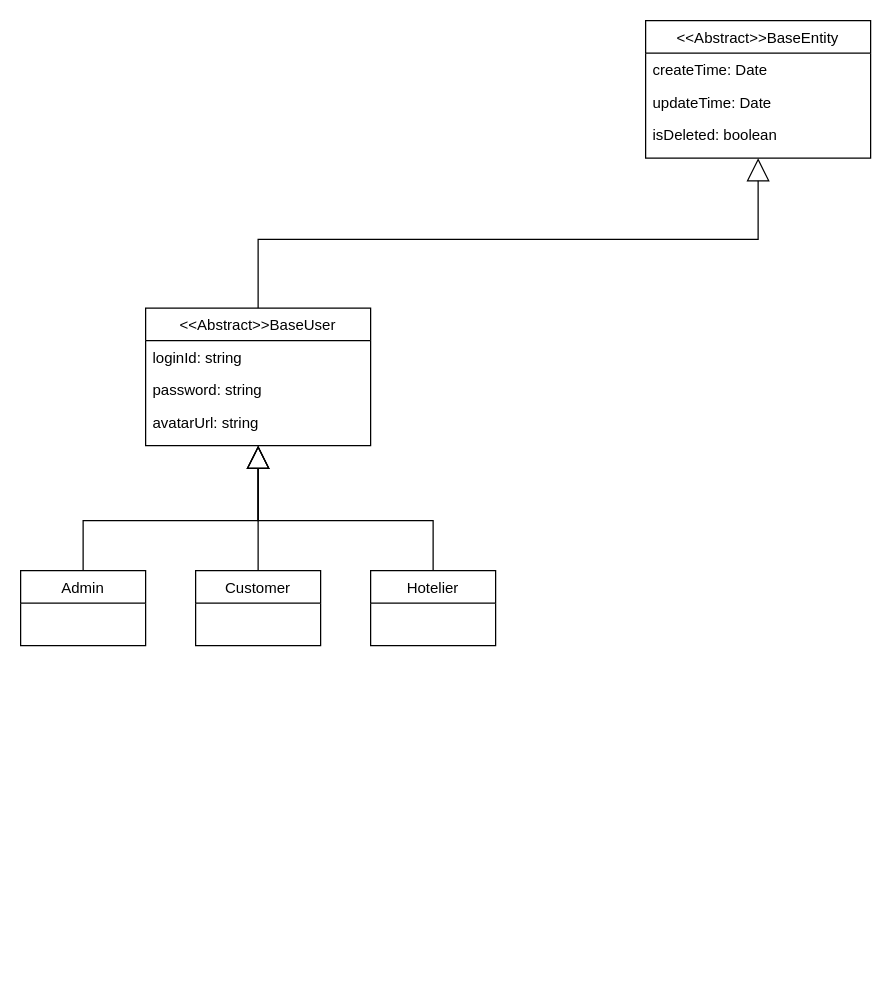
The draw.io diagram domain.drawio in Blackmesa-Canteen/static-res, before the edit. Source tidied: cells renumbered, new cells numbered last; positions are measured from the earlier drawing's top-left corner, leaving out a move shared by most shapes. Both pictures are drawn from the tidied source at 125%, with x=0, y=0 at pixel (20, 20).
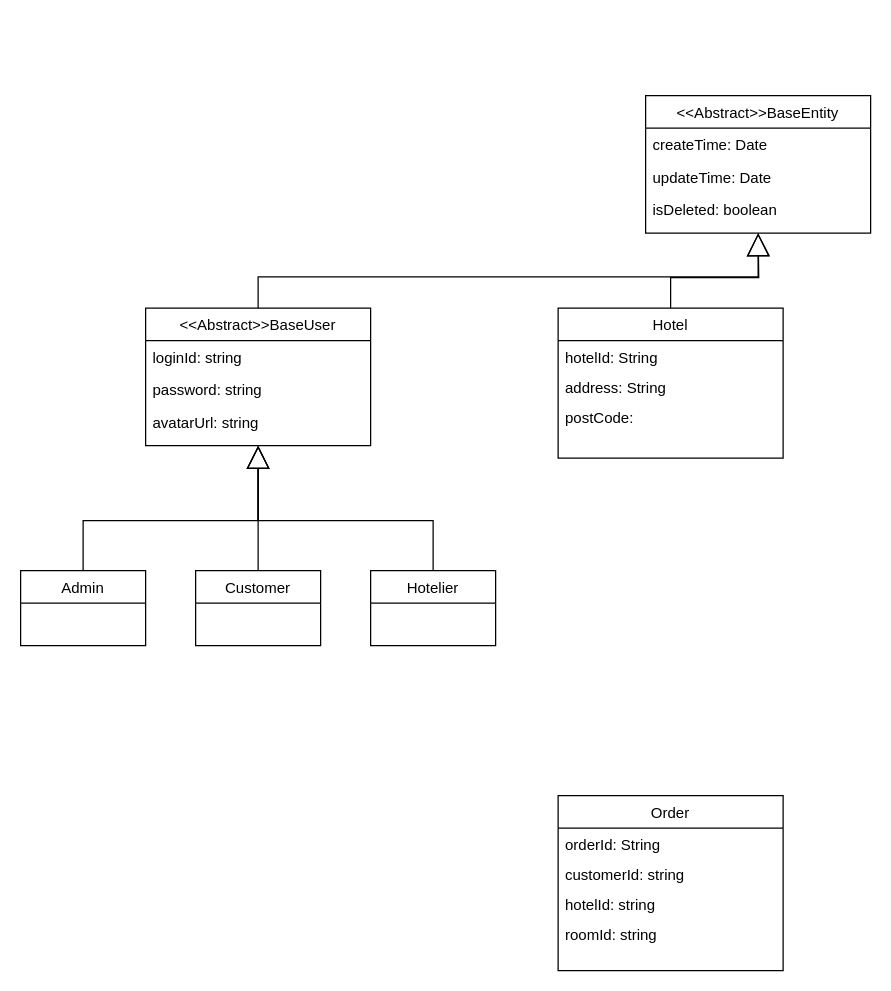
The same diagram, later.

Diff of the diagram source:
```diff
@@
     <mxCell id="2" value="&lt;&lt;Abstract&gt;&gt;BaseEntity" style="swimlane;fontStyle=0;align=center;verticalAlign=top;horizontal=1;startSize=26;rounded=0;shadow=0;strokeWidth=1;" parent="1" vertex="1">
-      <mxGeometry x="500" width="180" height="110" as="geometry" />
+      <mxGeometry x="500" y="60" width="180" height="110" as="geometry" />
     </mxCell>
@@
+    <mxCell id="17" value="Order" style="swimlane;fontStyle=0;align=center;verticalAlign=top;horizontal=1;startSize=26;rounded=0;shadow=0;strokeWidth=1;" parent="1" vertex="1">
+      <mxGeometry x="430" y="620" width="180" height="140" as="geometry" />
+    </mxCell>
+    <mxCell id="18" value="orderId: String&#10;" style="text;align=left;verticalAlign=top;spacingLeft=4;spacingRight=4;overflow=hidden;" parent="17" vertex="1">
+      <mxGeometry y="26" width="180" height="24" as="geometry" />
+    </mxCell>
+    <mxCell id="19" value="customerId: string" style="text;align=left;verticalAlign=top;spacingLeft=4;spacingRight=4;overflow=hidden;" parent="17" vertex="1">
+      <mxGeometry y="50" width="180" height="24" as="geometry" />
+    </mxCell>
+    <mxCell id="20" value="hotelId: string" style="text;align=left;verticalAlign=top;spacingLeft=4;spacingRight=4;overflow=hidden;" parent="17" vertex="1">
+      <mxGeometry y="74" width="180" height="24" as="geometry" />
+    </mxCell>
+    <mxCell id="21" value="roomId: string" style="text;align=left;verticalAlign=top;spacingLeft=4;spacingRight=4;overflow=hidden;" parent="17" vertex="1">
+      <mxGeometry y="98" width="180" height="24" as="geometry" />
+    </mxCell>
+    <mxCell id="22" style="edgeStyle=orthogonalEdgeStyle;rounded=0;jettySize=auto;html=1;endArrow=block;endFill=0;endSize=16;strokeWidth=1;" parent="1" edge="1" source="23">
+      <mxGeometry relative="1" as="geometry">
+        <mxPoint x="590" y="170" as="targetPoint" />
+      </mxGeometry>
+    </mxCell>
+    <mxCell id="23" value="Hotel" style="swimlane;fontStyle=0;align=center;verticalAlign=top;horizontal=1;startSize=26;rounded=0;shadow=0;strokeWidth=1;" parent="1" vertex="1">
+      <mxGeometry x="430" y="230" width="180" height="120" as="geometry" />
+    </mxCell>
+    <mxCell id="24" value="hotelId: String&#10;" style="text;align=left;verticalAlign=top;spacingLeft=4;spacingRight=4;overflow=hidden;" parent="23" vertex="1">
+      <mxGeometry y="26" width="180" height="24" as="geometry" />
+    </mxCell>
+    <mxCell id="25" value="address: String" style="text;align=left;verticalAlign=top;spacingLeft=4;spacingRight=4;overflow=hidden;" parent="23" vertex="1">
+      <mxGeometry y="50" width="180" height="24" as="geometry" />
+    </mxCell>
+    <mxCell id="26" value="postCode: " style="text;align=left;verticalAlign=top;spacingLeft=4;spacingRight=4;overflow=hidden;" parent="23" vertex="1">
+      <mxGeometry y="74" width="180" height="24" as="geometry" />
+    </mxCell>
```
